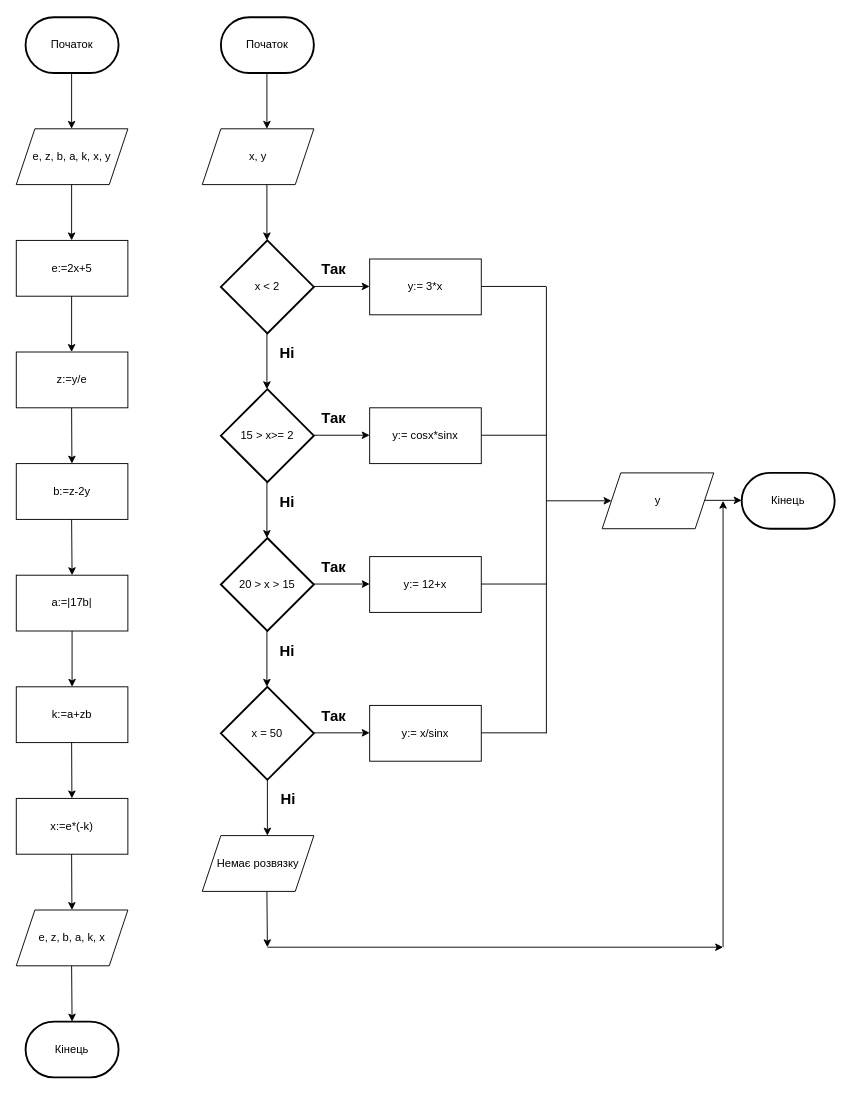
Before: page "Page-1" (1 of 2) of Основи алгоритмізації.drawio in xadeyll/Diagrams_P-23_Puzankov, a draw.io diagram. Source tidied: cells renumbered, new cells numbered last; positions are measured from the earlier drawing's top-left corner, leaving out a move shared by most shapes. Both pictures are drawn from the tidied source at 93%, with x=0, y=0 at pixel (16, 17).
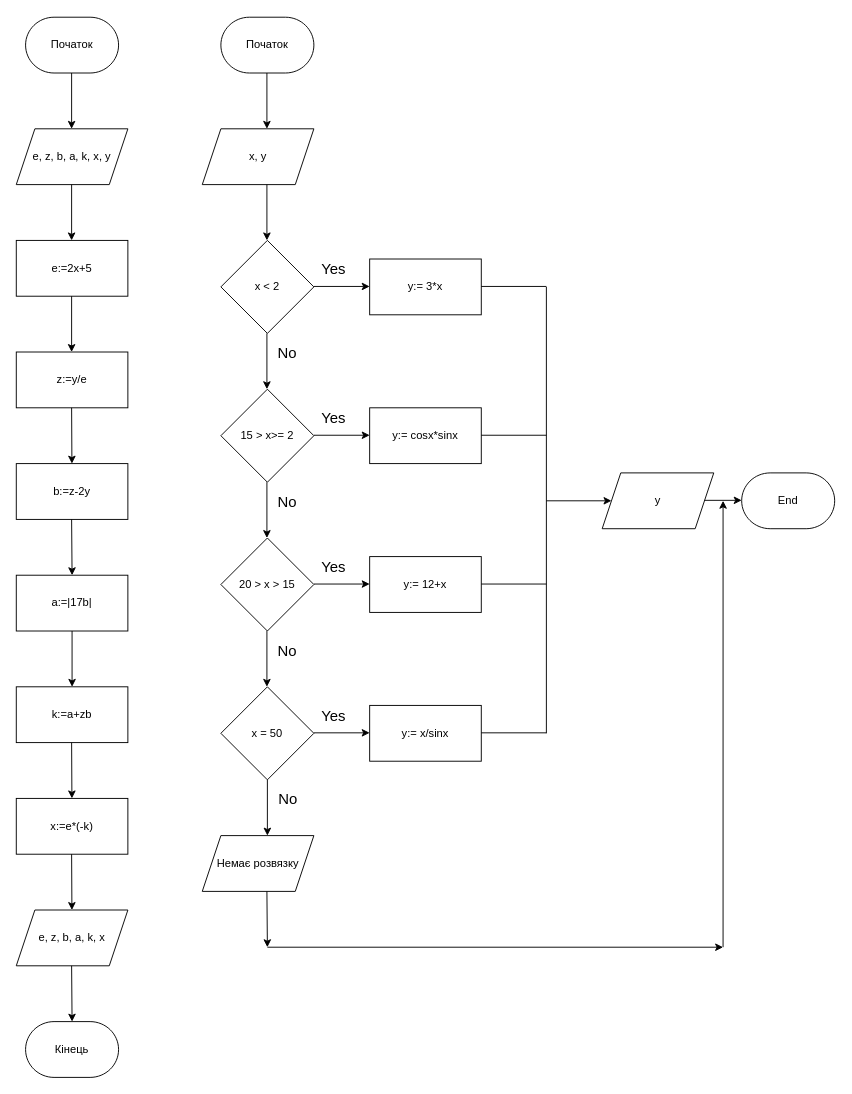
The same diagram, later.

Unchanged cells that the change refers to:
```xml
<mxCell id="26" style="endArrow=classic;html=1;rounded=0;" parent="1" edge="1">
  <mxGeometry relative="1" as="geometry">
    <mxPoint x="269.5" y="340" as="sourcePoint" />
    <mxPoint x="269.5" y="400" as="targetPoint" />
  </mxGeometry>
</mxCell>
<mxCell id="29" style="endArrow=classic;html=1;rounded=0;" parent="1" edge="1">
  <mxGeometry relative="1" as="geometry">
    <mxPoint x="320" y="289.5" as="sourcePoint" />
    <mxPoint x="380" y="289.5" as="targetPoint" />
  </mxGeometry>
</mxCell>
<mxCell id="32" style="endArrow=classic;html=1;rounded=0;" parent="1" edge="1">
  <mxGeometry relative="1" as="geometry">
    <mxPoint x="320" y="449.5" as="sourcePoint" />
    <mxPoint x="380" y="449.5" as="targetPoint" />
  </mxGeometry>
</mxCell>
<mxCell id="36" style="endArrow=classic;html=1;rounded=0;" parent="1" edge="1">
  <mxGeometry relative="1" as="geometry">
    <mxPoint x="269.5" y="500" as="sourcePoint" />
    <mxPoint x="269.5" y="560" as="targetPoint" />
  </mxGeometry>
</mxCell>
<mxCell id="38" style="endArrow=classic;html=1;rounded=0;" parent="1" edge="1">
  <mxGeometry relative="1" as="geometry">
    <mxPoint x="320" y="609.5" as="sourcePoint" />
    <mxPoint x="380" y="609.5" as="targetPoint" />
  </mxGeometry>
</mxCell>
<mxCell id="41" style="endArrow=classic;html=1;rounded=0;" parent="1" edge="1">
  <mxGeometry relative="1" as="geometry">
    <mxPoint x="269.5" y="660" as="sourcePoint" />
    <mxPoint x="269.5" y="720" as="targetPoint" />
  </mxGeometry>
</mxCell>
<mxCell id="44" style="endArrow=classic;html=1;rounded=0;" parent="1" edge="1">
  <mxGeometry relative="1" as="geometry">
    <mxPoint x="320" y="769.5" as="sourcePoint" />
    <mxPoint x="380" y="769.5" as="targetPoint" />
  </mxGeometry>
</mxCell>
<mxCell id="47" style="endArrow=classic;html=1;rounded=0;" parent="1" edge="1">
  <mxGeometry relative="1" as="geometry">
    <mxPoint x="270" y="820" as="sourcePoint" />
    <mxPoint x="270" y="880" as="targetPoint" />
  </mxGeometry>
</mxCell>
```

Diff of the diagram source:
```diff
@@
-    <mxCell id="17" value="Початок" style="strokeWidth=2;html=1;shape=mxgraph.flowchart.terminator;whiteSpace=wrap;" parent="1" vertex="1">
+    <mxCell id="17" value="Початок" style="strokeWidth=1;html=1;shape=mxgraph.flowchart.terminator;whiteSpace=wrap;" parent="1" vertex="1">
       <mxGeometry x="10" width="100" height="60" as="geometry" />
     </mxCell>
@@
-    <mxCell id="19" value="Кінець" style="strokeWidth=2;html=1;shape=mxgraph.flowchart.terminator;whiteSpace=wrap;" parent="1" vertex="1">
+    <mxCell id="19" value="Кінець" style="strokeWidth=1;html=1;shape=mxgraph.flowchart.terminator;whiteSpace=wrap;" parent="1" vertex="1">
       <mxGeometry x="10" y="1080" width="100" height="60" as="geometry" />
     </mxCell>
@@
-    <mxCell id="21" value="Початок" style="strokeWidth=2;html=1;shape=mxgraph.flowchart.terminator;whiteSpace=wrap;" parent="1" vertex="1">
+    <mxCell id="21" value="Початок" style="strokeWidth=1;html=1;shape=mxgraph.flowchart.terminator;whiteSpace=wrap;" parent="1" vertex="1">
       <mxGeometry x="220" width="100" height="60" as="geometry" />
     </mxCell>
-    <mxCell id="22" value="x, y" style="shape=parallelogram;perimeter=parallelogramPerimeter;whiteSpace=wrap;html=1;fixedSize=1;" parent="1" vertex="1">
+    <mxCell id="22" value="x, y" style="shape=parallelogram;perimeter=parallelogramPerimeter;whiteSpace=wrap;html=1;fixedSize=1;strokeWidth=1;" parent="1" vertex="1">
       <mxGeometry x="200" y="120" width="120" height="60" as="geometry" />
     </mxCell>
@@
-    <mxCell id="25" value="x &amp;lt; 2" style="strokeWidth=2;html=1;shape=mxgraph.flowchart.decision;whiteSpace=wrap;" parent="1" vertex="1">
+    <mxCell id="25" value="x &amp;lt; 2" style="strokeWidth=1;html=1;shape=mxgraph.flowchart.decision;whiteSpace=wrap;" parent="1" vertex="1">
       <mxGeometry x="220" y="240" width="100" height="100" as="geometry" />
     </mxCell>
@@
-    <mxCell id="27" value="Ні" style="edgeLabel;html=1;align=center;verticalAlign=middle;rotation=0;fontSize=16;fontStyle=1;" parent="26" vertex="1">
+    <mxCell id="27" value="No" style="edgeLabel;html=1;align=center;verticalAlign=middle;rotation=0;fontSize=16;fontStyle=0;" parent="26" vertex="1">
       <mxGeometry x="-0.3" relative="1" as="geometry">
         <mxPoint x="21" y="-1" as="offset" />
       </mxGeometry>
     </mxCell>
-    <mxCell id="28" value="15 &amp;gt; x&amp;gt;= 2 " style="strokeWidth=2;html=1;shape=mxgraph.flowchart.decision;whiteSpace=wrap;" parent="1" vertex="1">
+    <mxCell id="28" value="15 &amp;gt; x&amp;gt;= 2 " style="strokeWidth=1;html=1;shape=mxgraph.flowchart.decision;whiteSpace=wrap;" parent="1" vertex="1">
       <mxGeometry x="220" y="400" width="100" height="100" as="geometry" />
     </mxCell>
@@
-    <mxCell id="30" value="Так" style="edgeLabel;html=1;align=center;verticalAlign=middle;fontSize=16;fontStyle=1;" parent="29" vertex="1">
+    <mxCell id="30" value="Yes" style="edgeLabel;html=1;align=center;verticalAlign=middle;fontSize=16;fontStyle=0;" parent="29" vertex="1">
       <mxGeometry x="0.03" relative="1" as="geometry">
         <mxPoint x="-11" y="-19" as="offset" />
       </mxGeometry>
     </mxCell>
@@
-    <mxCell id="33" value="Так" style="edgeLabel;html=1;align=center;verticalAlign=middle;fontSize=16;fontStyle=1;" parent="32" vertex="1">
+    <mxCell id="33" value="Yes" style="edgeLabel;html=1;align=center;verticalAlign=middle;fontSize=16;fontStyle=0;" parent="32" vertex="1">
       <mxGeometry x="0.03" relative="1" as="geometry">
         <mxPoint x="-11" y="-19" as="offset" />
       </mxGeometry>
     </mxCell>
@@
-    <mxCell id="35" value="x = 50" style="strokeWidth=2;html=1;shape=mxgraph.flowchart.decision;whiteSpace=wrap;" parent="1" vertex="1">
+    <mxCell id="35" value="x = 50" style="strokeWidth=1;html=1;shape=mxgraph.flowchart.decision;whiteSpace=wrap;" parent="1" vertex="1">
       <mxGeometry x="220" y="720" width="100" height="100" as="geometry" />
     </mxCell>
@@
-    <mxCell id="37" value="Ні" style="edgeLabel;html=1;align=center;verticalAlign=middle;rotation=0;fontSize=16;fontStyle=1;" parent="36" vertex="1">
+    <mxCell id="37" value="No" style="edgeLabel;html=1;align=center;verticalAlign=middle;rotation=0;fontSize=16;fontStyle=0;" parent="36" vertex="1">
       <mxGeometry x="-0.3" relative="1" as="geometry">
         <mxPoint x="21" y="-1" as="offset" />
       </mxGeometry>
     </mxCell>
@@
-    <mxCell id="39" value="Так" style="edgeLabel;html=1;align=center;verticalAlign=middle;fontSize=16;fontStyle=1;" parent="38" vertex="1">
+    <mxCell id="39" value="Yes" style="edgeLabel;html=1;align=center;verticalAlign=middle;fontSize=16;fontStyle=0;" parent="38" vertex="1">
       <mxGeometry x="0.03" relative="1" as="geometry">
         <mxPoint x="-11" y="-19" as="offset" />
       </mxGeometry>
     </mxCell>
@@
-    <mxCell id="42" value="Ні" style="edgeLabel;html=1;align=center;verticalAlign=middle;rotation=0;fontSize=16;fontStyle=1;" parent="41" vertex="1">
+    <mxCell id="42" value="No" style="edgeLabel;html=1;align=center;verticalAlign=middle;rotation=0;fontSize=16;fontStyle=0;" parent="41" vertex="1">
       <mxGeometry x="-0.3" relative="1" as="geometry">
         <mxPoint x="21" y="-1" as="offset" />
       </mxGeometry>
     </mxCell>
-    <mxCell id="43" value="20 &amp;gt; x &amp;gt; 15" style="strokeWidth=2;html=1;shape=mxgraph.flowchart.decision;whiteSpace=wrap;" parent="1" vertex="1">
+    <mxCell id="43" value="20 &amp;gt; x &amp;gt; 15" style="strokeWidth=1;html=1;shape=mxgraph.flowchart.decision;whiteSpace=wrap;" parent="1" vertex="1">
       <mxGeometry x="220" y="560" width="100" height="100" as="geometry" />
     </mxCell>
@@
-    <mxCell id="45" value="Так" style="edgeLabel;html=1;align=center;verticalAlign=middle;fontSize=16;fontStyle=1;" parent="44" vertex="1">
+    <mxCell id="45" value="Yes" style="edgeLabel;html=1;align=center;verticalAlign=middle;fontSize=16;fontStyle=0;" parent="44" vertex="1">
       <mxGeometry x="0.03" relative="1" as="geometry">
         <mxPoint x="-11" y="-19" as="offset" />
       </mxGeometry>
     </mxCell>
@@
-    <mxCell id="48" value="Ні" style="edgeLabel;html=1;align=center;verticalAlign=middle;rotation=0;fontSize=16;fontStyle=1;" parent="47" vertex="1">
+    <mxCell id="48" value="No" style="edgeLabel;html=1;align=center;verticalAlign=middle;rotation=0;fontSize=16;fontStyle=0;" parent="47" vertex="1">
       <mxGeometry x="-0.3" relative="1" as="geometry">
         <mxPoint x="21" y="-1" as="offset" />
       </mxGeometry>
     </mxCell>
@@
-    <mxCell id="58" value="Кінець" style="strokeWidth=2;html=1;shape=mxgraph.flowchart.terminator;whiteSpace=wrap;" parent="1" vertex="1">
+    <mxCell id="58" value="End" style="strokeWidth=1;html=1;shape=mxgraph.flowchart.terminator;whiteSpace=wrap;" parent="1" vertex="1">
       <mxGeometry x="780" y="490" width="100" height="60" as="geometry" />
     </mxCell>
```
